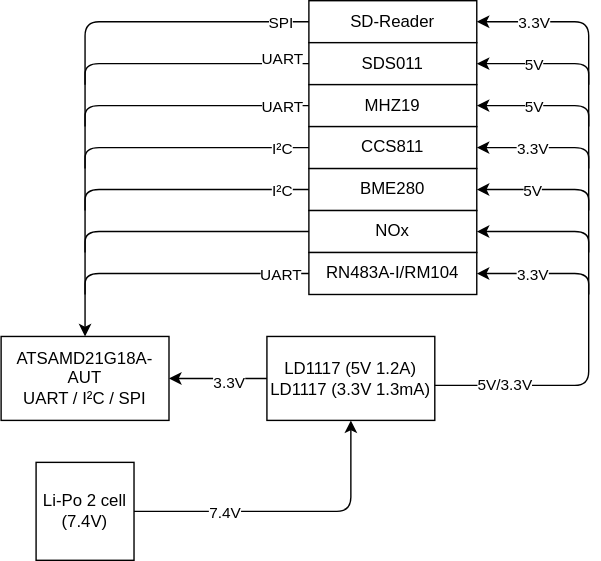
This is assets/BlokDiagram-TechnischDesign.svg from 747oli/Luchtkwaliteitssensor_analyse, a draw.io export, as it was before one commit. Source tidied: cells renumbered, new cells last; positions are measured from the earlier drawing's top-left corner, leaving out a move shared by most shapes.
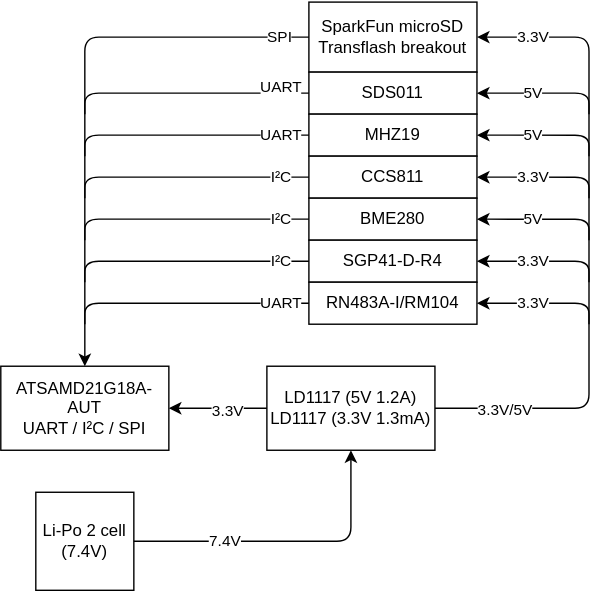
After the commit.

Commit message:
Update Specificaties // Update onderliggende argumentatie // Update BlokDiagram // Update DataflowDiagram

Diff of the diagram source:
```diff
@@ -2,6 +2,19 @@
   <root>
     <mxCell id="0" />
     <mxCell id="1" parent="0" />
+    <mxCell id="43" style="edgeStyle=segmentEdgeStyle;endArrow=classic;html=1;entryX=1;entryY=0.5;entryDx=0;entryDy=0;exitX=1;exitY=0.5;exitDx=0;exitDy=0;" parent="1" edge="1" source="4" target="5">
+      <mxGeometry relative="1" as="geometry">
+        <Array as="points">
+          <mxPoint x="420" y="270" />
+          <mxPoint x="420" y="5" />
+        </Array>
+      </mxGeometry>
+    </mxCell>
+    <mxCell id="44" value="3.3V/5V" style="edgeLabel;html=1;align=center;verticalAlign=middle;" parent="43" vertex="1">
+      <mxGeometry x="-0.49" y="-3" relative="1" as="geometry">
+        <mxPoint x="-63" y="7" as="offset" />
+      </mxGeometry>
+    </mxCell>
     <mxCell id="2" value="Li-Po 2 cell&lt;br&gt;(7.4V)" style="whiteSpace=wrap;html=1;" parent="1" vertex="1">
       <mxGeometry x="25" y="330" width="70" height="70" as="geometry" />
     </mxCell>
@@ -11,8 +24,8 @@
     <mxCell id="4" value="LD1117 (5V 1.2A)&lt;br&gt;LD1117 (3.3V 1.3mA)" style="rounded=0;whiteSpace=wrap;html=1;" parent="1" vertex="1">
       <mxGeometry x="190" y="240" width="120" height="60" as="geometry" />
     </mxCell>
-    <mxCell id="5" value="SD-Reader" style="rounded=0;whiteSpace=wrap;html=1;" parent="1" vertex="1">
-      <mxGeometry x="220" width="120" height="30" as="geometry" />
+    <mxCell id="5" value="&lt;p&gt;SparkFun microSD Transflash breakout&lt;/p&gt;" style="rounded=0;whiteSpace=wrap;html=1;" parent="1" vertex="1">
+      <mxGeometry x="220" y="-20" width="120" height="50" as="geometry" />
     </mxCell>
     <mxCell id="6" value="SDS011" style="rounded=0;whiteSpace=wrap;html=1;" parent="1" vertex="1">
       <mxGeometry x="220" y="30" width="120" height="30" as="geometry" />
@@ -26,7 +39,7 @@
     <mxCell id="9" value="BME280" style="rounded=0;whiteSpace=wrap;html=1;" parent="1" vertex="1">
       <mxGeometry x="220" y="120" width="120" height="30" as="geometry" />
     </mxCell>
-    <mxCell id="10" value="NOx" style="rounded=0;whiteSpace=wrap;html=1;" parent="1" vertex="1">
+    <mxCell id="10" value="&lt;p&gt;SGP41-D-R4&lt;/p&gt;" style="rounded=0;whiteSpace=wrap;html=1;" parent="1" vertex="1">
       <mxGeometry x="220" y="150" width="120" height="30" as="geometry" />
     </mxCell>
     <mxCell id="11" value="RN483A-I/RM104" style="rounded=0;whiteSpace=wrap;html=1;" parent="1" vertex="1">
@@ -52,20 +65,6 @@
         <mxPoint x="8.4" y="-3" as="offset" />
       </mxGeometry>
     </mxCell>
-    <mxCell id="16" style="edgeStyle=segmentEdgeStyle;endArrow=classic;html=1;entryX=1;entryY=0.5;entryDx=0;entryDy=0;exitX=1;exitY=0.5;exitDx=0;exitDy=0;" parent="1" edge="1" target="5">
-      <mxGeometry relative="1" as="geometry">
-        <mxPoint x="310" y="275" as="sourcePoint" />
-        <Array as="points">
-          <mxPoint x="420" y="275" />
-          <mxPoint x="420" y="15" />
-        </Array>
-      </mxGeometry>
-    </mxCell>
-    <mxCell id="17" value="5V/3.3V" style="edgeLabel;html=1;align=center;verticalAlign=middle;" parent="16" vertex="1">
-      <mxGeometry x="-0.79" y="1" relative="1" as="geometry">
-        <mxPoint x="3.8" as="offset" />
-      </mxGeometry>
-    </mxCell>
     <mxCell id="18" style="edgeStyle=segmentEdgeStyle;endArrow=classic;html=1;entryX=1;entryY=0.5;entryDx=0;entryDy=0;" parent="1" edge="1">
       <mxGeometry relative="1" as="geometry">
         <mxPoint x="420" y="60" as="sourcePoint" />
@@ -231,10 +230,16 @@
       </mxGeometry>
     </mxCell>
     <mxCell id="41" value="3.3V" style="edgeLabel;html=1;align=center;verticalAlign=middle;" parent="1" vertex="1">
-      <mxGeometry x="380" y="15" as="geometry" />
+      <mxGeometry x="380" y="5" as="geometry" />
     </mxCell>
     <mxCell id="42" value="5V" style="edgeLabel;html=1;align=center;verticalAlign=middle;" parent="1" vertex="1">
       <mxGeometry x="380" y="45" as="geometry" />
     </mxCell>
+    <mxCell id="45" value="I²C" style="edgeLabel;html=1;align=center;verticalAlign=middle;" parent="1" vertex="1">
+      <mxGeometry x="200" y="165" as="geometry" />
+    </mxCell>
+    <mxCell id="46" value="3.3V" style="edgeLabel;html=1;align=center;verticalAlign=middle;" parent="1" vertex="1">
+      <mxGeometry x="380" y="165" as="geometry" />
+    </mxCell>
   </root>
 </mxGraphModel>
```
